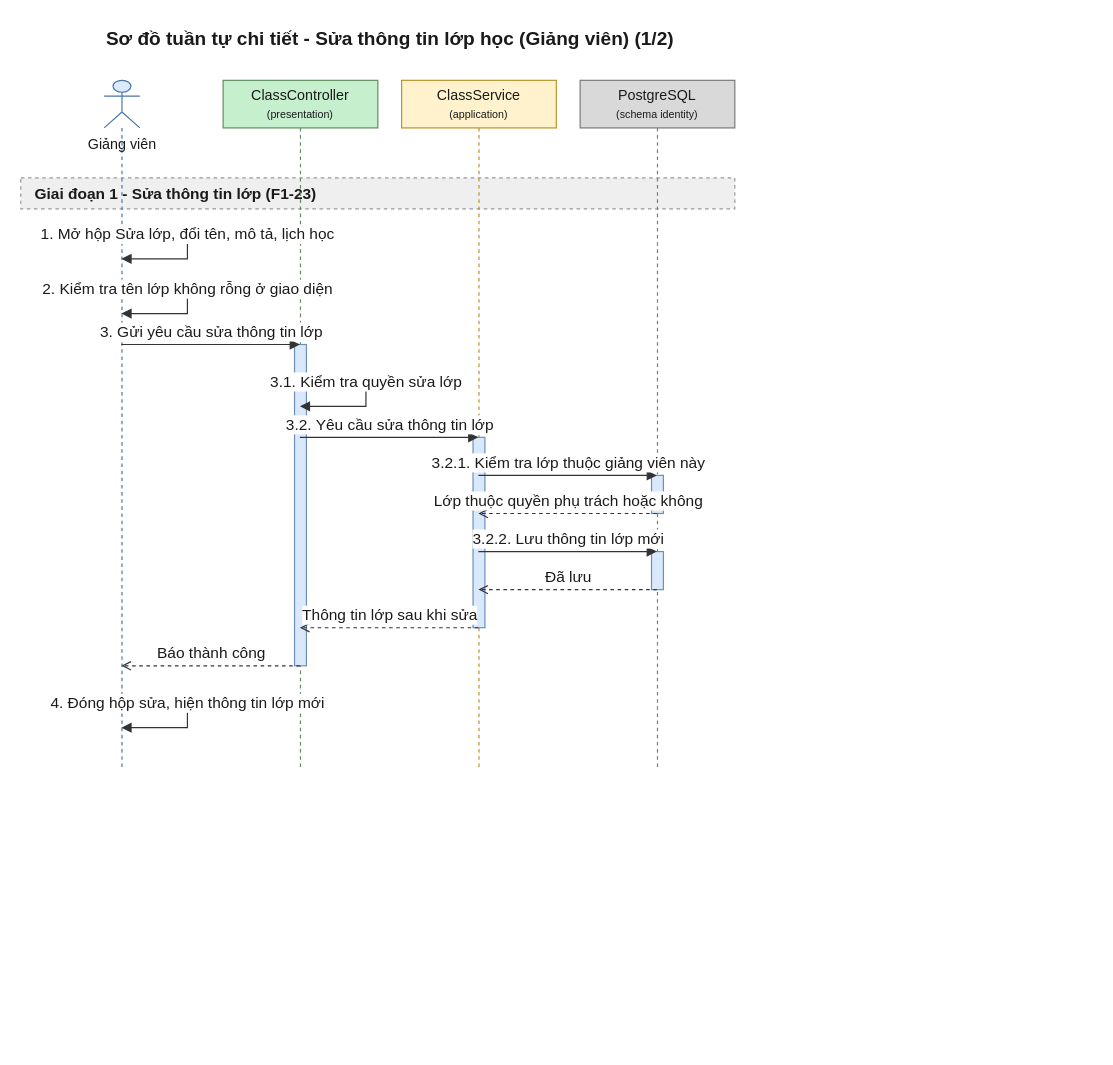
daiphu1801/PRJ_ALGOPREP keeps this draw.io diagram as 08-diagram/sequence/gv/sequence_gv_sua_va_xoa_lop_p1.drawio. Above is the earlier version. Source tidied: cells renumbered, new cells numbered last; positions are measured from the earlier drawing's top-left corner, leaving out a move shared by most shapes. Both pictures are drawn from the tidied source at 119%, with x=0, y=0 at pixel (20, 20).
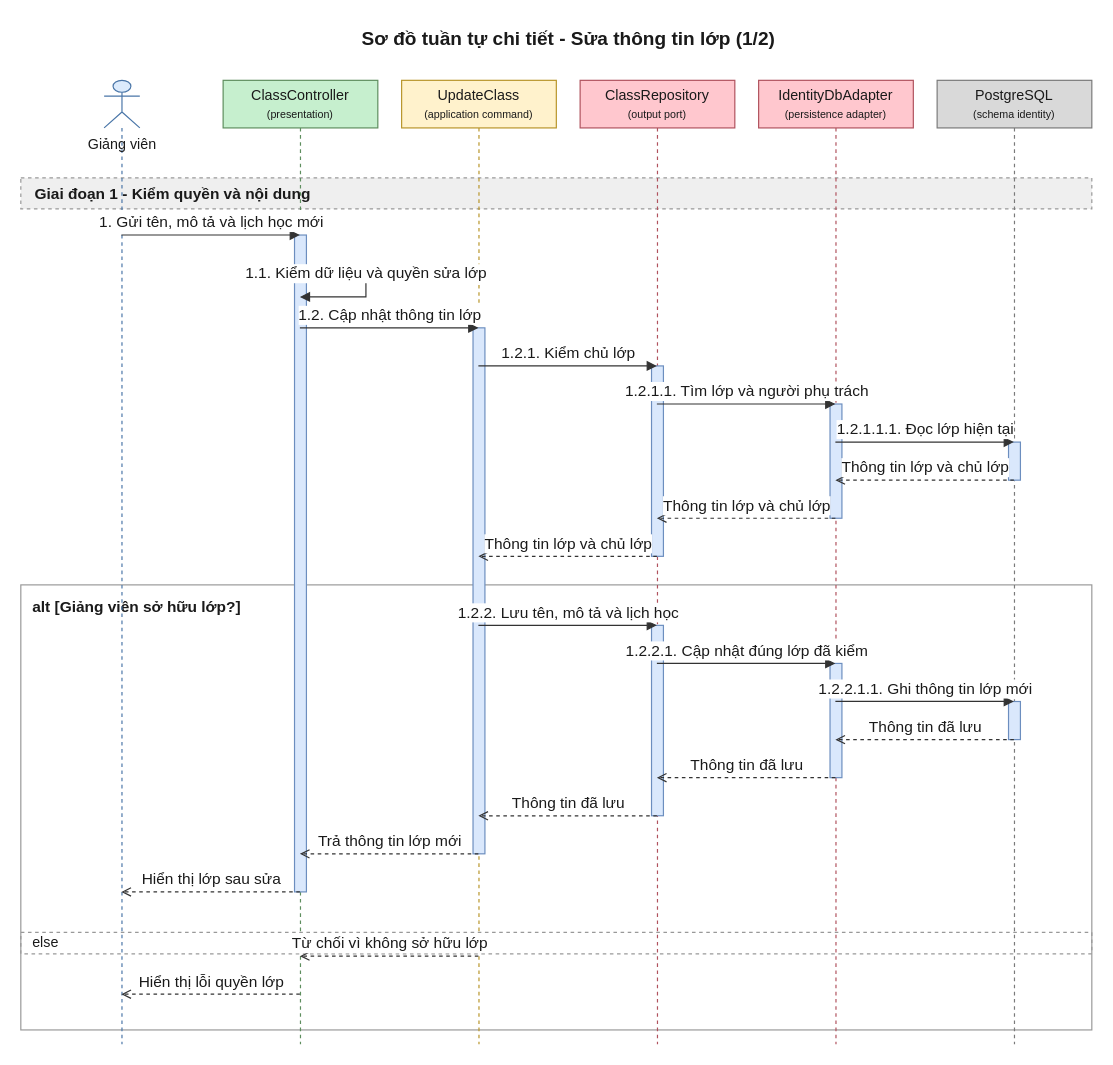
After the change.

What changed in the source:
```diff
@@
-    <mxCell id="2" value="Sơ đồ tuần tự chi tiết - Sửa thông tin lớp học (Giảng viên) (1/2)" style="text;html=1;fontSize=16;fontStyle=1;align=center;verticalAlign=middle;fontColor=#1A1A1A;" parent="1" vertex="1">
-      <mxGeometry x="20" width="580" height="30" as="geometry" />
+    <mxCell id="2" value="Sơ đồ tuần tự chi tiết - Sửa thông tin lớp (1/2)" style="text;html=1;fontSize=16;fontStyle=1;align=center;verticalAlign=middle;fontColor=#1A1A1A;" parent="1" vertex="1">
+      <mxGeometry x="20" width="880" height="30" as="geometry" />
     </mxCell>
-    <mxCell id="3" value="Giai đoạn 1 - Sửa thông tin lớp (F1-23)" style="algoprep=phase;rounded=0;whiteSpace=wrap;html=1;fillColor=#EFEFEF;strokeColor=#999999;dashed=1;align=left;verticalAlign=middle;spacingLeft=10;fontColor=#1A1A1A;fontSize=13;fontStyle=1;" parent="1" vertex="1">
-      <mxGeometry y="132" width="600" height="26" as="geometry" />
+    <mxCell id="3" value="alt [Giảng viên sở hữu lớp?]" style="algoprep=alt;rounded=0;whiteSpace=wrap;html=1;fillColor=none;strokeColor=#999999;verticalAlign=top;align=left;spacingLeft=8;spacingTop=4;fontColor=#1A1A1A;fontSize=13;fontStyle=1;dashed=0;" parent="1" vertex="1">
+      <mxGeometry y="474" width="900" height="374" as="geometry" />
     </mxCell>
-    <mxCell id="4" value="Giảng viên" style="shape=umlLifeline;participant=umlActor;perimeter=lifelinePerimeter;html=1;outlineConnect=0;size=40;verticalAlign=top;spacingTop=40;fillColor=#DCEBFC;strokeColor=#4A76A8;fontColor=#1A1A1A;" parent="1" vertex="1">
-      <mxGeometry x="70" y="50" width="30" height="580" as="geometry" />
+    <mxCell id="4" value="else" style="text;html=1;dashed=1;strokeColor=#999999;fillColor=none;align=left;verticalAlign=middle;spacingLeft=8;fontColor=#1A1A1A;fontSize=12;" parent="1" vertex="1">
+      <mxGeometry y="766" width="900" height="18" as="geometry" />
     </mxCell>
-    <mxCell id="5" value="ClassController&lt;br&gt;&lt;font style=&quot;font-size:9px&quot;&gt;(presentation)&lt;/font&gt;" style="shape=umlLifeline;perimeter=lifelinePerimeter;whiteSpace=wrap;html=1;outlineConnect=0;size=40;fillColor=#C6EFCE;strokeColor=#5E8E5E;fontColor=#1A1A1A;" parent="1" vertex="1">
-      <mxGeometry x="170" y="50" width="130" height="580" as="geometry" />
+    <mxCell id="5" value="Giai đoạn 1 - Kiểm quyền và nội dung" style="algoprep=phase;rounded=0;whiteSpace=wrap;html=1;fillColor=#EFEFEF;strokeColor=#999999;dashed=1;align=left;verticalAlign=middle;spacingLeft=10;fontColor=#1A1A1A;fontSize=13;fontStyle=1;" parent="1" vertex="1">
+      <mxGeometry y="132" width="900" height="26" as="geometry" />
     </mxCell>
-    <mxCell id="6" value="ClassService&lt;br&gt;&lt;font style=&quot;font-size:9px&quot;&gt;(application)&lt;/font&gt;" style="shape=umlLifeline;perimeter=lifelinePerimeter;whiteSpace=wrap;html=1;outlineConnect=0;size=40;fillColor=#FFF2CC;strokeColor=#B8952A;fontColor=#1A1A1A;" parent="1" vertex="1">
-      <mxGeometry x="320" y="50" width="130" height="580" as="geometry" />
+    <mxCell id="6" value="Giảng viên" style="shape=umlLifeline;participant=umlActor;perimeter=lifelinePerimeter;html=1;outlineConnect=0;size=40;verticalAlign=top;spacingTop=40;fillColor=#DCEBFC;strokeColor=#4A76A8;fontColor=#1A1A1A;" parent="1" vertex="1">
+      <mxGeometry x="70" y="50" width="30" height="810" as="geometry" />
     </mxCell>
-    <mxCell id="7" value="PostgreSQL&lt;br&gt;&lt;font style=&quot;font-size:9px&quot;&gt;(schema identity)&lt;/font&gt;" style="shape=umlLifeline;perimeter=lifelinePerimeter;whiteSpace=wrap;html=1;outlineConnect=0;size=40;fillColor=#D9D9D9;strokeColor=#7A7A7A;fontColor=#1A1A1A;" parent="1" vertex="1">
-      <mxGeometry x="470" y="50" width="130" height="580" as="geometry" />
+    <mxCell id="7" value="ClassController&lt;br&gt;&lt;font style=&quot;font-size:9px&quot;&gt;(presentation)&lt;/font&gt;" style="shape=umlLifeline;perimeter=lifelinePerimeter;whiteSpace=wrap;html=1;outlineConnect=0;size=40;fillColor=#C6EFCE;strokeColor=#5E8E5E;fontColor=#1A1A1A;" parent="1" vertex="1">
+      <mxGeometry x="170" y="50" width="130" height="810" as="geometry" />
     </mxCell>
-    <mxCell id="8" style="html=1;points=[[0,0,0,0,0],[0,1,0,0,0],[1,0,0,0,0],[1,1,0,0,0]];perimeter=orthogonalPerimeter;outlineConnect=0;targetShapes=umlLifeline;fillColor=#DAE8FC;strokeColor=#6C8EBF;" parent="7" vertex="1">
-      <mxGeometry x="60" y="332" width="10" height="32" as="geometry" />
+    <mxCell id="8" value="UpdateClass&lt;br&gt;&lt;font style=&quot;font-size:9px&quot;&gt;(application command)&lt;/font&gt;" style="shape=umlLifeline;perimeter=lifelinePerimeter;whiteSpace=wrap;html=1;outlineConnect=0;size=40;fillColor=#FFF2CC;strokeColor=#B8952A;fontColor=#1A1A1A;" parent="1" vertex="1">
+      <mxGeometry x="320" y="50" width="130" height="810" as="geometry" />
     </mxCell>
-    <mxCell id="9" style="html=1;points=[[0,0,0,0,0],[0,1,0,0,0],[1,0,0,0,0],[1,1,0,0,0]];perimeter=orthogonalPerimeter;outlineConnect=0;targetShapes=umlLifeline;fillColor=#DAE8FC;strokeColor=#6C8EBF;" parent="7" vertex="1">
-      <mxGeometry x="60" y="396" width="10" height="32" as="geometry" />
+    <mxCell id="9" value="ClassRepository&lt;br&gt;&lt;font style=&quot;font-size:9px&quot;&gt;(output port)&lt;/font&gt;" style="shape=umlLifeline;perimeter=lifelinePerimeter;whiteSpace=wrap;html=1;outlineConnect=0;size=40;fillColor=#FFC7CE;strokeColor=#B0525E;fontColor=#1A1A1A;" parent="1" vertex="1">
+      <mxGeometry x="470" y="50" width="130" height="810" as="geometry" />
     </mxCell>
-    <mxCell id="10" style="html=1;points=[[0,0,0,0,0],[0,1,0,0,0],[1,0,0,0,0],[1,1,0,0,0]];perimeter=orthogonalPerimeter;outlineConnect=0;targetShapes=umlLifeline;fillColor=#DAE8FC;strokeColor=#6C8EBF;" parent="6" vertex="1">
-      <mxGeometry x="60" y="300" width="10" height="160" as="geometry" />
+    <mxCell id="10" value="IdentityDbAdapter&lt;br&gt;&lt;font style=&quot;font-size:9px&quot;&gt;(persistence adapter)&lt;/font&gt;" style="shape=umlLifeline;perimeter=lifelinePerimeter;whiteSpace=wrap;html=1;outlineConnect=0;size=40;fillColor=#FFC7CE;strokeColor=#B0525E;fontColor=#1A1A1A;" parent="1" vertex="1">
+      <mxGeometry x="620" y="50" width="130" height="810" as="geometry" />
     </mxCell>
-    <mxCell id="11" style="html=1;points=[[0,0,0,0,0],[0,1,0,0,0],[1,0,0,0,0],[1,1,0,0,0]];perimeter=orthogonalPerimeter;outlineConnect=0;targetShapes=umlLifeline;fillColor=#DAE8FC;strokeColor=#6C8EBF;" parent="5" vertex="1">
-      <mxGeometry x="60" y="222" width="10" height="270" as="geometry" />
+    <mxCell id="11" value="PostgreSQL&lt;br&gt;&lt;font style=&quot;font-size:9px&quot;&gt;(schema identity)&lt;/font&gt;" style="shape=umlLifeline;perimeter=lifelinePerimeter;whiteSpace=wrap;html=1;outlineConnect=0;size=40;fillColor=#D9D9D9;strokeColor=#7A7A7A;fontColor=#1A1A1A;" parent="1" vertex="1">
+      <mxGeometry x="770" y="50" width="130" height="810" as="geometry" />
     </mxCell>
-    <mxCell id="12" value="1. Mở hộp Sửa lớp, đổi tên, mô tả, lịch học" style="edgeStyle=orthogonalEdgeStyle;rounded=0;html=1;endArrow=block;endFill=1;strokeColor=#333333;fontColor=#1A1A1A;fontSize=13;verticalAlign=bottom;exitX=0.5;exitY=0.2241;exitDx=0;exitDy=0;entryX=0.5;entryY=0.2586;entryDx=0;entryDy=0;" parent="1" edge="1" source="4" target="4">
-      <mxGeometry relative="1" as="geometry">
-        <Array as="points">
-          <mxPoint x="140" y="180" />
-          <mxPoint x="140" y="200" />
-        </Array>
-      </mxGeometry>
-    </mxCell>
-    <mxCell id="13" value="2. Kiểm tra tên lớp không rỗng ở giao diện" style="edgeStyle=orthogonalEdgeStyle;rounded=0;html=1;endArrow=block;endFill=1;strokeColor=#333333;fontColor=#1A1A1A;fontSize=13;verticalAlign=bottom;exitX=0.5;exitY=0.3034;exitDx=0;exitDy=0;entryX=0.5;entryY=0.3379;entryDx=0;entryDy=0;" parent="1" edge="1" source="4" target="4">
-      <mxGeometry relative="1" as="geometry">
-        <Array as="points">
-          <mxPoint x="140" y="226" />
-          <mxPoint x="140" y="246" />
-        </Array>
-      </mxGeometry>
-    </mxCell>
-    <mxCell id="14" value="3. Gửi yêu cầu sửa thông tin lớp" style="edgeStyle=none;html=1;endArrow=block;endFill=1;strokeColor=#333333;fontColor=#1A1A1A;fontSize=13;verticalAlign=bottom;exitX=0.5;exitY=0.3828;exitDx=0;exitDy=0;entryX=0.5;entryY=0.3828;entryDx=0;entryDy=0;" parent="1" edge="1" source="4" target="5">
-      <mxGeometry relative="1" as="geometry" />
-    </mxCell>
-    <mxCell id="15" value="3.1. Kiểm tra quyền sửa lớp" style="edgeStyle=orthogonalEdgeStyle;rounded=0;html=1;endArrow=block;endFill=1;strokeColor=#333333;fontColor=#1A1A1A;fontSize=13;verticalAlign=bottom;exitX=0.5;exitY=0.4379;exitDx=0;exitDy=0;entryX=0.5;entryY=0.4724;entryDx=0;entryDy=0;" parent="1" edge="1" source="5" target="5">
-      <mxGeometry relative="1" as="geometry">
-        <Array as="points">
-          <mxPoint x="290" y="304" />
-          <mxPoint x="290" y="324" />
-        </Array>
-      </mxGeometry>
-    </mxCell>
-    <mxCell id="16" value="3.2. Yêu cầu sửa thông tin lớp" style="edgeStyle=none;html=1;endArrow=block;endFill=1;strokeColor=#333333;fontColor=#1A1A1A;fontSize=13;verticalAlign=bottom;exitX=0.5;exitY=0.5172;exitDx=0;exitDy=0;entryX=0.5;entryY=0.5172;entryDx=0;entryDy=0;" parent="1" edge="1" source="5" target="6">
-      <mxGeometry relative="1" as="geometry" />
-    </mxCell>
-    <mxCell id="17" value="3.2.1. Kiểm tra lớp thuộc giảng viên này" style="edgeStyle=none;html=1;endArrow=block;endFill=1;strokeColor=#333333;fontColor=#1A1A1A;fontSize=13;verticalAlign=bottom;exitX=0.5;exitY=0.5724;exitDx=0;exitDy=0;entryX=0.5;entryY=0.5724;entryDx=0;entryDy=0;" parent="1" edge="1" source="6" target="7">
-      <mxGeometry relative="1" as="geometry" />
-    </mxCell>
-    <mxCell id="18" value="Lớp thuộc quyền phụ trách hoặc không" style="edgeStyle=none;html=1;endArrow=open;endFill=0;dashed=1;strokeColor=#333333;fontColor=#1A1A1A;fontSize=13;verticalAlign=bottom;exitX=0.5;exitY=0.6276;exitDx=0;exitDy=0;entryX=0.5;entryY=0.6276;entryDx=0;entryDy=0;" parent="1" edge="1" source="7" target="6">
-      <mxGeometry relative="1" as="geometry" />
-    </mxCell>
-    <mxCell id="19" value="3.2.2. Lưu thông tin lớp mới" style="edgeStyle=none;html=1;endArrow=block;endFill=1;strokeColor=#333333;fontColor=#1A1A1A;fontSize=13;verticalAlign=bottom;exitX=0.5;exitY=0.6828;exitDx=0;exitDy=0;entryX=0.5;entryY=0.6828;entryDx=0;entryDy=0;" parent="1" edge="1" source="6" target="7">
-      <mxGeometry relative="1" as="geometry" />
-    </mxCell>
+    <mxCell id="24" style="html=1;perimeter=orthogonalPerimeter;targetShapes=umlLifeline;fillColor=#DAE8FC;strokeColor=#6C8EBF;" parent="11" vertex="1">
+      <mxGeometry x="60" y="304" width="10" height="32" as="geometry" />
+    </mxCell>
+    <mxCell id="25" style="html=1;perimeter=orthogonalPerimeter;targetShapes=umlLifeline;fillColor=#DAE8FC;strokeColor=#6C8EBF;" parent="10" vertex="1">
+      <mxGeometry x="60" y="272" width="10" height="96" as="geometry" />
+    </mxCell>
+    <mxCell id="26" style="html=1;perimeter=orthogonalPerimeter;targetShapes=umlLifeline;fillColor=#DAE8FC;strokeColor=#6C8EBF;" parent="9" vertex="1">
+      <mxGeometry x="60" y="240" width="10" height="160" as="geometry" />
+    </mxCell>
+    <mxCell id="27" style="html=1;perimeter=orthogonalPerimeter;targetShapes=umlLifeline;fillColor=#DAE8FC;strokeColor=#6C8EBF;" parent="11" vertex="1">
+      <mxGeometry x="60" y="522" width="10" height="32" as="geometry" />
+    </mxCell>
+    <mxCell id="28" style="html=1;perimeter=orthogonalPerimeter;targetShapes=umlLifeline;fillColor=#DAE8FC;strokeColor=#6C8EBF;" parent="10" vertex="1">
+      <mxGeometry x="60" y="490" width="10" height="96" as="geometry" />
+    </mxCell>
+    <mxCell id="29" style="html=1;perimeter=orthogonalPerimeter;targetShapes=umlLifeline;fillColor=#DAE8FC;strokeColor=#6C8EBF;" parent="9" vertex="1">
+      <mxGeometry x="60" y="458" width="10" height="160" as="geometry" />
+    </mxCell>
+    <mxCell id="30" style="html=1;perimeter=orthogonalPerimeter;targetShapes=umlLifeline;fillColor=#DAE8FC;strokeColor=#6C8EBF;" parent="8" vertex="1">
+      <mxGeometry x="60" y="208" width="10" height="442" as="geometry" />
+    </mxCell>
+    <mxCell id="31" style="html=1;perimeter=orthogonalPerimeter;targetShapes=umlLifeline;fillColor=#DAE8FC;strokeColor=#6C8EBF;" parent="7" vertex="1">
+      <mxGeometry x="60" y="130" width="10" height="552" as="geometry" />
+    </mxCell>
-    <mxCell id="20" value="Đã lưu" style="edgeStyle=none;html=1;endArrow=open;endFill=0;dashed=1;strokeColor=#333333;fontColor=#1A1A1A;fontSize=13;verticalAlign=bottom;exitX=0.5;exitY=0.7379;exitDx=0;exitDy=0;entryX=0.5;entryY=0.7379;entryDx=0;entryDy=0;" parent="1" edge="1" source="7" target="6">
+    <mxCell id="20" value="1. Gửi tên, mô tả và lịch học mới" style="edgeStyle=none;html=1;endArrow=block;endFill=1;strokeColor=#333333;fontColor=#1A1A1A;fontSize=13;verticalAlign=bottom;exitX=0.5;exitY=0.1605;exitDx=0;exitDy=0;entryX=0.5;entryY=0.1605;entryDx=0;entryDy=0;" parent="1" edge="1" source="6" target="7">
       <mxGeometry relative="1" as="geometry" />
     </mxCell>
-    <mxCell id="21" value="Thông tin lớp sau khi sửa" style="edgeStyle=none;html=1;endArrow=open;endFill=0;dashed=1;strokeColor=#333333;fontColor=#1A1A1A;fontSize=13;verticalAlign=bottom;exitX=0.5;exitY=0.7931;exitDx=0;exitDy=0;entryX=0.5;entryY=0.7931;entryDx=0;entryDy=0;" parent="1" edge="1" source="6" target="5">
-      <mxGeometry relative="1" as="geometry" />
+    <mxCell id="21" value="1.1. Kiểm dữ liệu và quyền sửa lớp" style="edgeStyle=orthogonalEdgeStyle;rounded=0;html=1;endArrow=block;endFill=1;strokeColor=#333333;fontColor=#1A1A1A;fontSize=13;verticalAlign=bottom;exitX=0.5;exitY=0.2000;exitDx=0;exitDy=0;entryX=0.5;entryY=0.2247;entryDx=0;entryDy=0;" parent="1" edge="1" source="7" target="7">
+      <mxGeometry relative="1" as="geometry">
+        <Array as="points">
+          <mxPoint x="290" y="212" />
+          <mxPoint x="290" y="232" />
+        </Array>
+      </mxGeometry>
     </mxCell>
-    <mxCell id="22" value="Báo thành công" style="edgeStyle=none;html=1;endArrow=open;endFill=0;dashed=1;strokeColor=#333333;fontColor=#1A1A1A;fontSize=13;verticalAlign=bottom;exitX=0.5;exitY=0.8483;exitDx=0;exitDy=0;entryX=0.5;entryY=0.8483;entryDx=0;entryDy=0;" parent="1" edge="1" source="5" target="4">
+    <mxCell id="22" value="1.2. Cập nhật thông tin lớp" style="edgeStyle=none;html=1;endArrow=block;endFill=1;strokeColor=#333333;fontColor=#1A1A1A;fontSize=13;verticalAlign=bottom;exitX=0.5;exitY=0.2568;exitDx=0;exitDy=0;entryX=0.5;entryY=0.2568;entryDx=0;entryDy=0;" parent="1" edge="1" source="7" target="8">
       <mxGeometry relative="1" as="geometry" />
     </mxCell>
-    <mxCell id="23" value="4. Đóng hộp sửa, hiện thông tin lớp mới" style="edgeStyle=orthogonalEdgeStyle;rounded=0;html=1;endArrow=block;endFill=1;strokeColor=#333333;fontColor=#1A1A1A;fontSize=13;verticalAlign=bottom;exitX=0.5;exitY=0.9034;exitDx=0;exitDy=0;entryX=0.5;entryY=0.9379;entryDx=0;entryDy=0;" parent="1" edge="1" source="4" target="4">
-      <mxGeometry relative="1" as="geometry">
-        <Array as="points">
-          <mxPoint x="140" y="574" />
-          <mxPoint x="140" y="594" />
-        </Array>
-      </mxGeometry>
+    <mxCell id="23" value="1.2.1. Kiểm chủ lớp" style="edgeStyle=none;html=1;endArrow=block;endFill=1;strokeColor=#333333;fontColor=#1A1A1A;fontSize=13;verticalAlign=bottom;exitX=0.5;exitY=0.2963;exitDx=0;exitDy=0;entryX=0.5;entryY=0.2963;entryDx=0;entryDy=0;" parent="1" edge="1" source="8" target="9">
+      <mxGeometry relative="1" as="geometry" />
     </mxCell>
+    <mxCell id="32" value="1.2.1.1. Tìm lớp và người phụ trách" style="edgeStyle=none;html=1;endArrow=block;endFill=1;strokeColor=#333333;fontColor=#1A1A1A;fontSize=13;verticalAlign=bottom;exitX=0.5;exitY=0.3358;exitDx=0;exitDy=0;entryX=0.5;entryY=0.3358;entryDx=0;entryDy=0;" parent="1" edge="1" source="9" target="10">
+      <mxGeometry relative="1" as="geometry" />
+    </mxCell>
+    <mxCell id="33" value="1.2.1.1.1. Đọc lớp hiện tại" style="edgeStyle=none;html=1;endArrow=block;endFill=1;strokeColor=#333333;fontColor=#1A1A1A;fontSize=13;verticalAlign=bottom;exitX=0.5;exitY=0.3753;exitDx=0;exitDy=0;entryX=0.5;entryY=0.3753;entryDx=0;entryDy=0;" parent="1" edge="1" source="10" target="11">
+      <mxGeometry relative="1" as="geometry" />
+    </mxCell>
+    <mxCell id="34" value="Thông tin lớp và chủ lớp" style="edgeStyle=none;html=1;endArrow=open;endFill=0;dashed=1;strokeColor=#333333;fontColor=#1A1A1A;fontSize=13;verticalAlign=bottom;exitX=0.5;exitY=0.4148;exitDx=0;exitDy=0;entryX=0.5;entryY=0.4148;entryDx=0;entryDy=0;" parent="1" edge="1" source="11" target="10">
+      <mxGeometry relative="1" as="geometry" />
+    </mxCell>
+    <mxCell id="35" value="Thông tin lớp và chủ lớp" style="edgeStyle=none;html=1;endArrow=open;endFill=0;dashed=1;strokeColor=#333333;fontColor=#1A1A1A;fontSize=13;verticalAlign=bottom;exitX=0.5;exitY=0.4543;exitDx=0;exitDy=0;entryX=0.5;entryY=0.4543;entryDx=0;entryDy=0;" parent="1" edge="1" source="10" target="9">
+      <mxGeometry relative="1" as="geometry" />
+    </mxCell>
+    <mxCell id="36" value="Thông tin lớp và chủ lớp" style="edgeStyle=none;html=1;endArrow=open;endFill=0;dashed=1;strokeColor=#333333;fontColor=#1A1A1A;fontSize=13;verticalAlign=bottom;exitX=0.5;exitY=0.4938;exitDx=0;exitDy=0;entryX=0.5;entryY=0.4938;entryDx=0;entryDy=0;" parent="1" edge="1" source="9" target="8">
+      <mxGeometry relative="1" as="geometry" />
+    </mxCell>
+    <mxCell id="37" value="1.2.2. Lưu tên, mô tả và lịch học" style="edgeStyle=none;html=1;endArrow=block;endFill=1;strokeColor=#333333;fontColor=#1A1A1A;fontSize=13;verticalAlign=bottom;exitX=0.5;exitY=0.5654;exitDx=0;exitDy=0;entryX=0.5;entryY=0.5654;entryDx=0;entryDy=0;" parent="1" edge="1" source="8" target="9">
+      <mxGeometry relative="1" as="geometry" />
+    </mxCell>
+    <mxCell id="38" value="1.2.2.1. Cập nhật đúng lớp đã kiểm" style="edgeStyle=none;html=1;endArrow=block;endFill=1;strokeColor=#333333;fontColor=#1A1A1A;fontSize=13;verticalAlign=bottom;exitX=0.5;exitY=0.6049;exitDx=0;exitDy=0;entryX=0.5;entryY=0.6049;entryDx=0;entryDy=0;" parent="1" edge="1" source="9" target="10">
+      <mxGeometry relative="1" as="geometry" />
+    </mxCell>
+    <mxCell id="39" value="1.2.2.1.1. Ghi thông tin lớp mới" style="edgeStyle=none;html=1;endArrow=block;endFill=1;strokeColor=#333333;fontColor=#1A1A1A;fontSize=13;verticalAlign=bottom;exitX=0.5;exitY=0.6444;exitDx=0;exitDy=0;entryX=0.5;entryY=0.6444;entryDx=0;entryDy=0;" parent="1" edge="1" source="10" target="11">
+      <mxGeometry relative="1" as="geometry" />
+    </mxCell>
+    <mxCell id="40" value="Thông tin đã lưu" style="edgeStyle=none;html=1;endArrow=open;endFill=0;dashed=1;strokeColor=#333333;fontColor=#1A1A1A;fontSize=13;verticalAlign=bottom;exitX=0.5;exitY=0.6840;exitDx=0;exitDy=0;entryX=0.5;entryY=0.6840;entryDx=0;entryDy=0;" parent="1" edge="1" source="11" target="10">
+      <mxGeometry relative="1" as="geometry" />
+    </mxCell>
+    <mxCell id="41" value="Thông tin đã lưu" style="edgeStyle=none;html=1;endArrow=open;endFill=0;dashed=1;strokeColor=#333333;fontColor=#1A1A1A;fontSize=13;verticalAlign=bottom;exitX=0.5;exitY=0.7235;exitDx=0;exitDy=0;entryX=0.5;entryY=0.7235;entryDx=0;entryDy=0;" parent="1" edge="1" source="10" target="9">
+      <mxGeometry relative="1" as="geometry" />
+    </mxCell>
+    <mxCell id="42" value="Thông tin đã lưu" style="edgeStyle=none;html=1;endArrow=open;endFill=0;dashed=1;strokeColor=#333333;fontColor=#1A1A1A;fontSize=13;verticalAlign=bottom;exitX=0.5;exitY=0.7630;exitDx=0;exitDy=0;entryX=0.5;entryY=0.7630;entryDx=0;entryDy=0;" parent="1" edge="1" source="9" target="8">
+      <mxGeometry relative="1" as="geometry" />
+    </mxCell>
+    <mxCell id="43" value="Trả thông tin lớp mới" style="edgeStyle=none;html=1;endArrow=open;endFill=0;dashed=1;strokeColor=#333333;fontColor=#1A1A1A;fontSize=13;verticalAlign=bottom;exitX=0.5;exitY=0.8025;exitDx=0;exitDy=0;entryX=0.5;entryY=0.8025;entryDx=0;entryDy=0;" parent="1" edge="1" source="8" target="7">
+      <mxGeometry relative="1" as="geometry" />
+    </mxCell>
+    <mxCell id="44" value="Hiển thị lớp sau sửa" style="edgeStyle=none;html=1;endArrow=open;endFill=0;dashed=1;strokeColor=#333333;fontColor=#1A1A1A;fontSize=13;verticalAlign=bottom;exitX=0.5;exitY=0.8420;exitDx=0;exitDy=0;entryX=0.5;entryY=0.8420;entryDx=0;entryDy=0;" parent="1" edge="1" source="7" target="6">
+      <mxGeometry relative="1" as="geometry" />
+    </mxCell>
+    <mxCell id="45" value="Từ chối vì không sở hữu lớp" style="edgeStyle=none;html=1;endArrow=open;endFill=0;dashed=1;strokeColor=#333333;fontColor=#1A1A1A;fontSize=13;verticalAlign=bottom;exitX=0.5;exitY=0.9086;exitDx=0;exitDy=0;entryX=0.5;entryY=0.9086;entryDx=0;entryDy=0;" parent="1" edge="1" source="8" target="7">
+      <mxGeometry relative="1" as="geometry" />
+    </mxCell>
+    <mxCell id="46" value="Hiển thị lỗi quyền lớp" style="edgeStyle=none;html=1;endArrow=open;endFill=0;dashed=1;strokeColor=#333333;fontColor=#1A1A1A;fontSize=13;verticalAlign=bottom;exitX=0.5;exitY=0.9481;exitDx=0;exitDy=0;entryX=0.5;entryY=0.9481;entryDx=0;entryDy=0;" parent="1" edge="1" source="7" target="6">
+      <mxGeometry relative="1" as="geometry" />
+    </mxCell>
```
